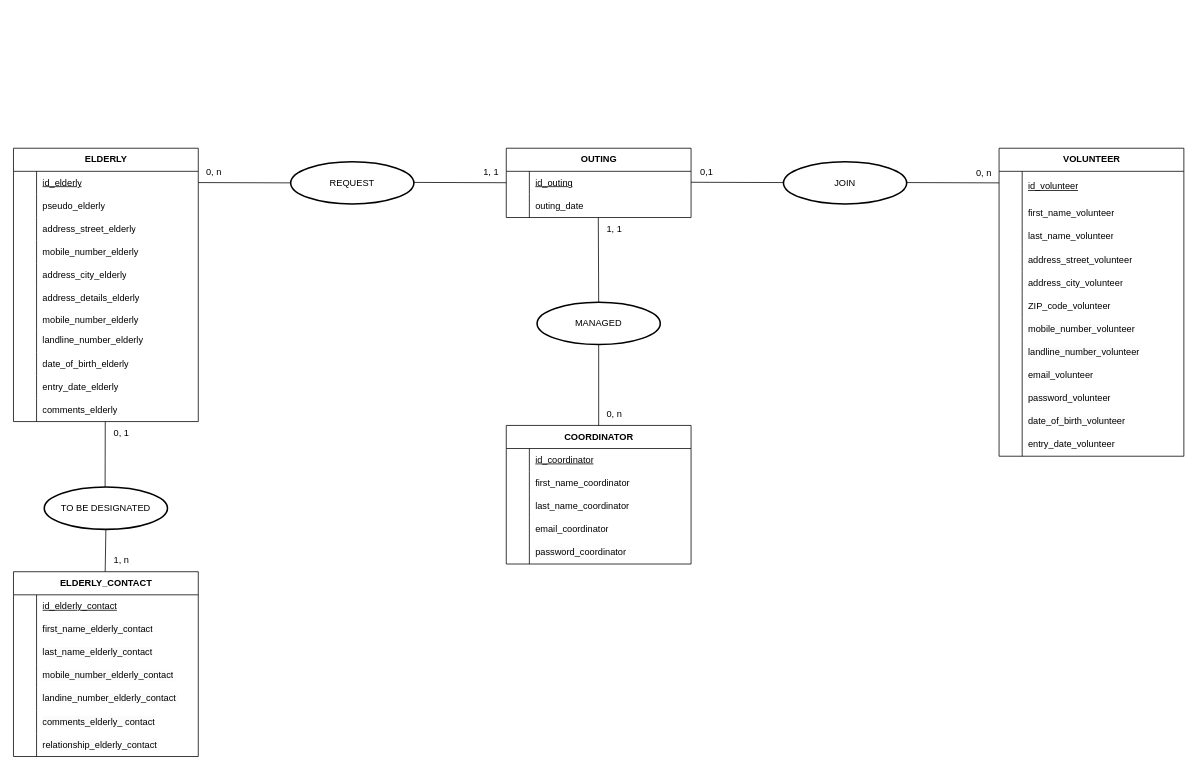
Above: page "MCD_MaE" (1 of 6) of MCD_MaE.drawio in AnneGicquel/MCD_Marche_avec_Eliane (draw.io), before the change. Source tidied: cells renumbered, new cells numbered last; positions are measured from the earlier drawing's top-left corner, leaving out a move shared by most shapes. Both pictures are drawn from the tidied source at 77%, with x=0, y=0 at pixel (13, 148).
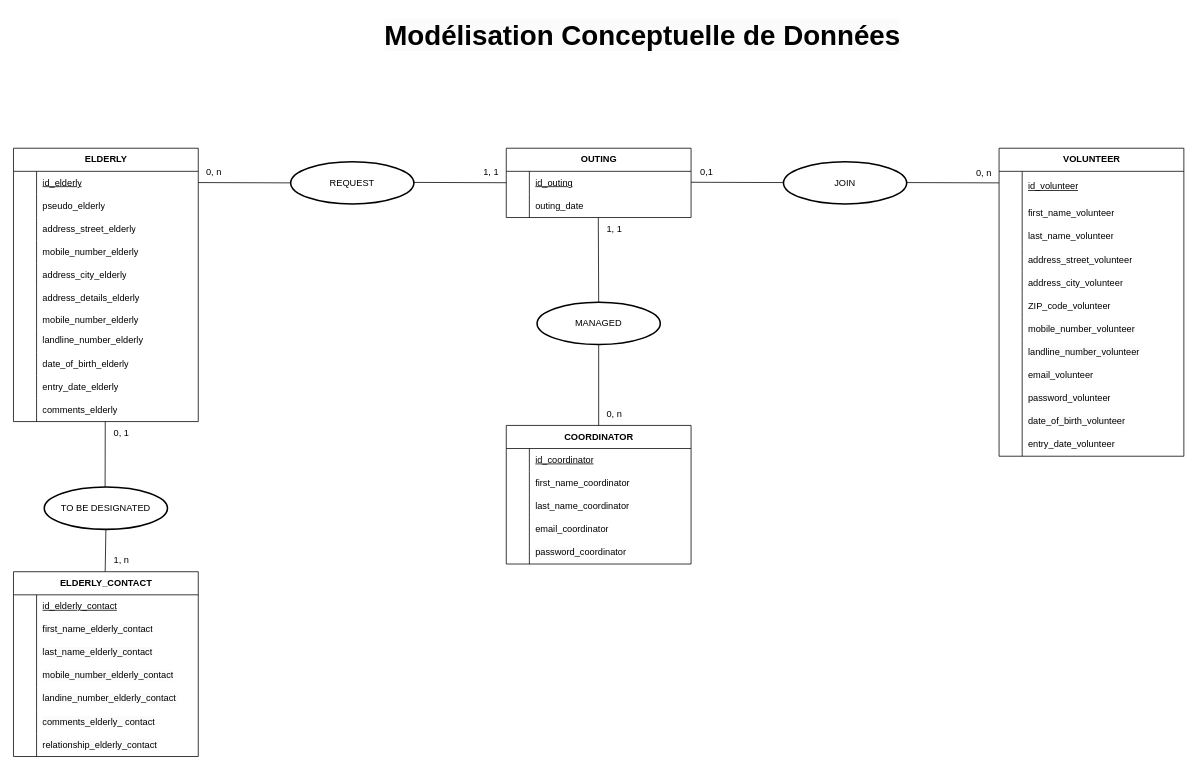
After the change.

The edit, as a diff of the source:
```diff
@@
+    <mxCell id="139" value="&lt;span style=&quot;color: rgb(0, 0, 0); font-family: montserrat; font-size: 36px; font-style: normal; font-variant-ligatures: normal; font-variant-caps: normal; font-weight: 700; letter-spacing: normal; orphans: 2; text-align: center; text-indent: 0px; text-transform: none; widows: 2; word-spacing: 0px; -webkit-text-stroke-width: 0px; white-space: nowrap; background-color: rgb(251, 251, 251); text-decoration-thickness: initial; text-decoration-style: initial; text-decoration-color: initial; display: inline !important; float: none;&quot;&gt;Modélisation Conceptuelle de Données&lt;/span&gt;" style="text;whiteSpace=wrap;html=1;" parent="1" vertex="1">
+      <mxGeometry x="480" y="-175" width="560" height="70" as="geometry" />
+    </mxCell>
```
